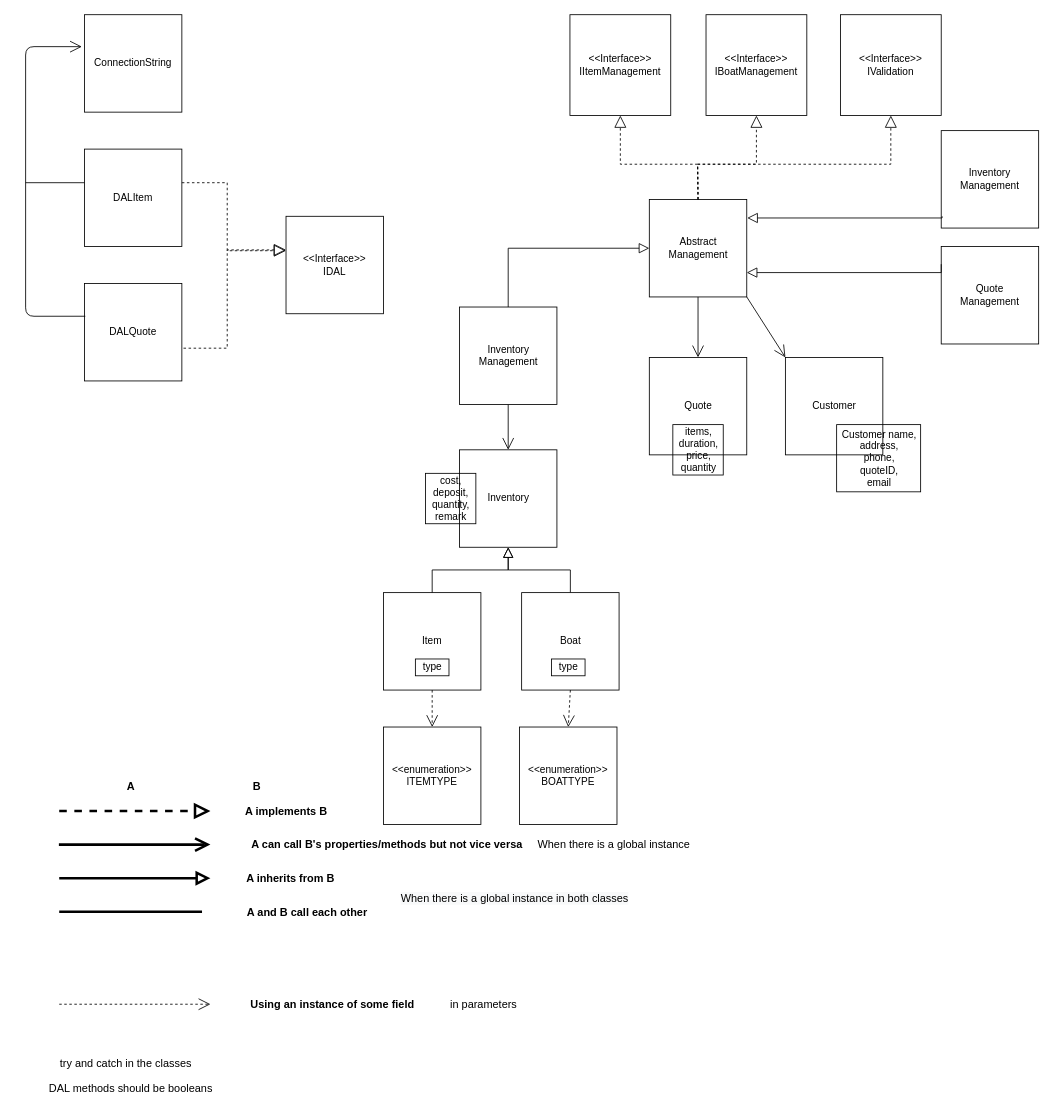
This is Documentation/Synthesis Assignment.drawio from ismailchbiki/-t-Sloepke-B.V.-company, a draw.io file, before an edit. Source tidied: cells renumbered, new cells numbered last; positions are measured from the earlier drawing's top-left corner, leaving out a move shared by most shapes. Both pictures are drawn from the tidied source at 84%, with x=0, y=0 at pixel (25, 14).
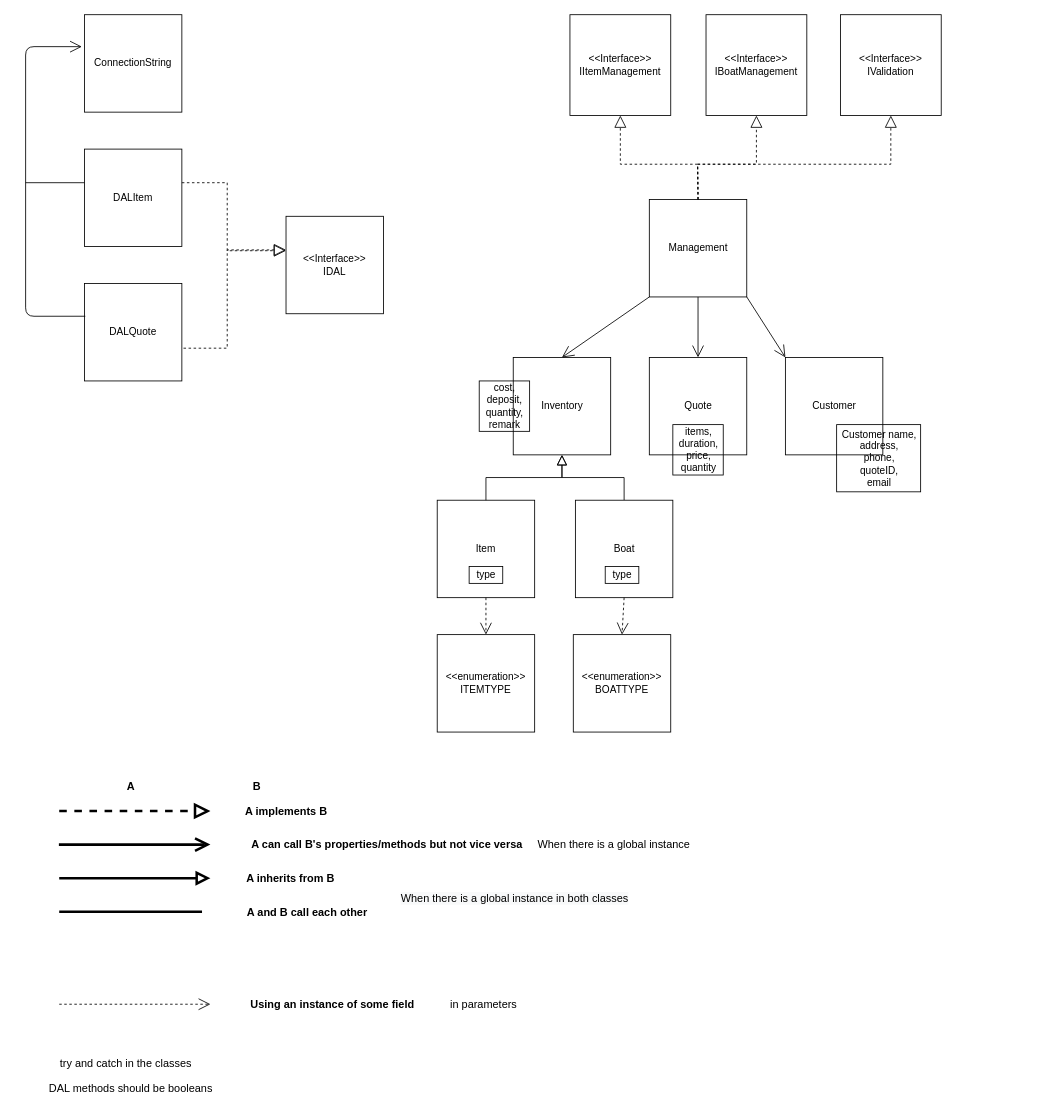
Above is the later version.

What changed in the source:
```diff
@@
-    <mxCell id="28" value="Abstract&lt;br&gt;Management" style="whiteSpace=wrap;html=1;strokeColor=default;direction=east;" parent="1" vertex="1">
+    <mxCell id="28" value="Management" style="whiteSpace=wrap;html=1;strokeColor=default;direction=east;" parent="1" vertex="1">
       <mxGeometry x="742.5" y="220" width="116" height="116" as="geometry" />
     </mxCell>
@@
-    <mxCell id="33" style="endArrow=open;endFill=1;endSize=12;html=1;fontStyle=1;fontSize=13;strokeWidth=1;entryX=0.5;entryY=0;entryDx=0;entryDy=0;" parent="1" edge="1" source="57" target="40">
-      <mxGeometry relative="1" as="geometry" />
-    </mxCell>
@@
     <mxCell id="37" value="Boat" style="whiteSpace=wrap;html=1;strokeColor=default;direction=east;" parent="1" vertex="1">
-      <mxGeometry x="590.5" y="688" width="116" height="116" as="geometry" />
+      <mxGeometry x="654.5" y="578" width="116" height="116" as="geometry" />
     </mxCell>
     <mxCell id="38" value="Item" style="whiteSpace=wrap;html=1;strokeColor=default;direction=east;" parent="1" vertex="1">
-      <mxGeometry x="426" y="688" width="116" height="116" as="geometry" />
+      <mxGeometry x="490" y="578" width="116" height="116" as="geometry" />
     </mxCell>
@@
     <mxCell id="40" value="Inventory" style="whiteSpace=wrap;html=1;strokeColor=default;direction=east;" parent="1" vertex="1">
-      <mxGeometry x="516.5" y="518" width="116" height="116" as="geometry" />
+      <mxGeometry x="580.5" y="408" width="116" height="116" as="geometry" />
     </mxCell>
     <mxCell id="41" value="cost,&lt;br&gt;deposit,&lt;br&gt;quantity,&lt;br&gt;remark" style="text;html=1;align=center;verticalAlign=middle;strokeColor=default;fillColor=none;" parent="1" vertex="1">
-      <mxGeometry x="476" y="546" width="60" height="60" as="geometry" />
+      <mxGeometry x="540" y="436" width="60" height="60" as="geometry" />
     </mxCell>
     <mxCell id="42" style="endArrow=block;endSize=10;endFill=0;shadow=0;strokeWidth=1;rounded=0;edgeStyle=elbowEdgeStyle;elbow=vertical;fontStyle=1;fontSize=13;entryX=0.5;entryY=1;entryDx=0;entryDy=0;exitX=0.5;exitY=0;exitDx=0;exitDy=0;" parent="1" edge="1" source="38" target="40">
       <mxGeometry relative="1" as="geometry">
         <Array as="points">
-          <mxPoint x="536" y="661" />
-          <mxPoint x="556" y="668" />
+          <mxPoint x="600" y="551" />
+          <mxPoint x="620" y="558" />
         </Array>
       </mxGeometry>
     </mxCell>
     <mxCell id="43" value="type" style="text;html=1;align=center;verticalAlign=middle;strokeColor=default;fillColor=none;" parent="1" vertex="1">
-      <mxGeometry x="464" y="767" width="40" height="20" as="geometry" />
+      <mxGeometry x="528" y="657" width="40" height="20" as="geometry" />
     </mxCell>
     <mxCell id="44" value="type" style="text;html=1;align=center;verticalAlign=middle;strokeColor=default;fillColor=none;" parent="1" vertex="1">
-      <mxGeometry x="626" y="767" width="40" height="20" as="geometry" />
+      <mxGeometry x="690" y="657" width="40" height="20" as="geometry" />
     </mxCell>
@@
     <mxCell id="46" value="&amp;lt;&amp;lt;enumeration&amp;gt;&amp;gt;&lt;br&gt;ITEMTYPE" style="whiteSpace=wrap;html=1;" parent="1" vertex="1">
-      <mxGeometry x="426" y="848" width="116" height="116" as="geometry" />
+      <mxGeometry x="490" y="738" width="116" height="116" as="geometry" />
     </mxCell>
     <mxCell id="47" value="&amp;lt;&amp;lt;enumeration&amp;gt;&amp;gt;&lt;br&gt;BOATTYPE" style="whiteSpace=wrap;html=1;" parent="1" vertex="1">
-      <mxGeometry x="588" y="848" width="116" height="116" as="geometry" />
+      <mxGeometry x="652" y="738" width="116" height="116" as="geometry" />
     </mxCell>
@@
-    <mxCell id="53" value="Inventory&lt;br&gt;Management" style="whiteSpace=wrap;html=1;strokeColor=default;direction=east;" parent="1" vertex="1">
-      <mxGeometry x="1090" y="138" width="116" height="116" as="geometry" />
-    </mxCell>
-    <mxCell id="54" value="Quote&lt;br&gt;Management" style="whiteSpace=wrap;html=1;strokeColor=default;direction=east;" parent="1" vertex="1">
-      <mxGeometry x="1090" y="276" width="116" height="116" as="geometry" />
-    </mxCell>
-    <mxCell id="55" style="endArrow=block;endSize=10;endFill=0;shadow=0;strokeWidth=1;rounded=0;edgeStyle=elbowEdgeStyle;elbow=vertical;fontStyle=1;fontSize=13;exitX=0;exitY=0.181;exitDx=0;exitDy=0;exitPerimeter=0;entryX=1;entryY=0.75;entryDx=0;entryDy=0;" parent="1" edge="1" source="54" target="28">
-      <mxGeometry relative="1" as="geometry">
-        <Array as="points">
-          <mxPoint x="950" y="307" />
-          <mxPoint x="977.5" y="297.5" />
-          <mxPoint x="1044.9" y="325.5" />
-        </Array>
-      </mxGeometry>
-    </mxCell>
-    <mxCell id="56" style="endArrow=block;endSize=10;endFill=0;shadow=0;strokeWidth=1;rounded=0;edgeStyle=elbowEdgeStyle;elbow=vertical;fontStyle=1;fontSize=13;entryX=1.005;entryY=0.19;entryDx=0;entryDy=0;entryPerimeter=0;exitX=0.009;exitY=0.879;exitDx=0;exitDy=0;exitPerimeter=0;" parent="1" edge="1" source="53" target="28">
-      <mxGeometry relative="1" as="geometry">
-        <Array as="points">
-          <mxPoint x="1000" y="242" />
-          <mxPoint x="1074.9" y="240" />
-          <mxPoint x="1064.9" y="240" />
-        </Array>
-      </mxGeometry>
-    </mxCell>
-    <mxCell id="57" value="Inventory&lt;br&gt;Management" style="whiteSpace=wrap;html=1;strokeColor=default;direction=east;" parent="1" vertex="1">
-      <mxGeometry x="516.5" y="348" width="116" height="116" as="geometry" />
-    </mxCell>
-    <mxCell id="58" style="endArrow=block;endSize=10;endFill=0;shadow=0;strokeWidth=1;rounded=0;edgeStyle=elbowEdgeStyle;elbow=vertical;fontStyle=1;fontSize=13;exitX=0.5;exitY=0;exitDx=0;exitDy=0;entryX=0;entryY=0.5;entryDx=0;entryDy=0;" parent="1" edge="1" source="57" target="28">
-      <mxGeometry relative="1" as="geometry">
-        <Array as="points">
-          <mxPoint x="610" y="278" />
-          <mxPoint x="481" y="197" />
-          <mxPoint x="555.9" y="195" />
-          <mxPoint x="545.9" y="195" />
-        </Array>
-      </mxGeometry>
-    </mxCell>
+    <mxCell id="59" style="endArrow=open;endFill=1;endSize=12;html=1;fontStyle=1;fontSize=13;strokeWidth=1;exitX=0;exitY=1;exitDx=0;exitDy=0;entryX=0.5;entryY=0;entryDx=0;entryDy=0;" parent="1" edge="1" source="28" target="40">
+      <mxGeometry relative="1" as="geometry" />
+    </mxCell>
```
